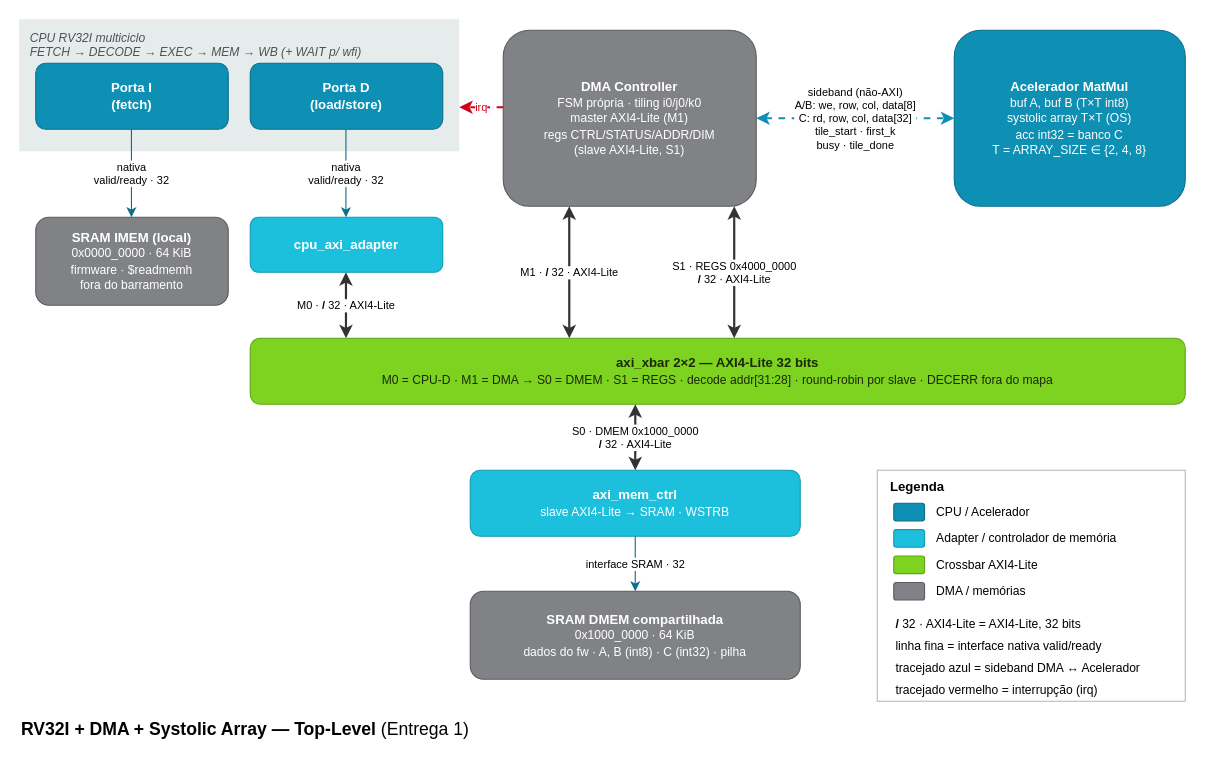
Earlier version of the draw.io diagram docs/img/top_level.drawio (jairsdev/rv32-dma). Source tidied: cells renumbered, new cells numbered last; positions are measured from the earlier drawing's top-left corner, leaving out a move shared by most shapes. Both pictures are drawn from the tidied source at 110%, with x=0, y=0 at pixel (19, 19).
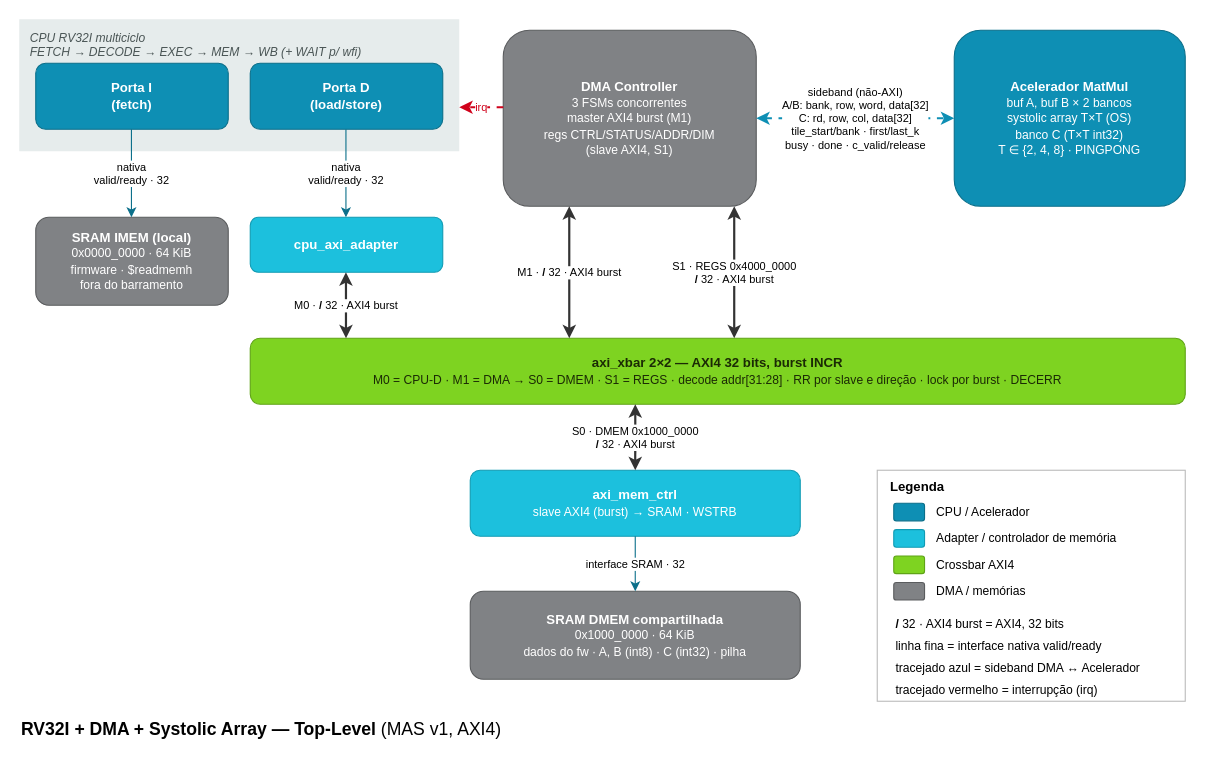
Above is the later version.

Commit message (it also covers changes not shown here):
Atualiza diagramas existentes para AXI4 burst e ping-pong

The change refers to these unchanged cells:
```xml
<mxCell id="6" value="cpu_axi_adapter" style="whiteSpace=wrap;html=1;fontSize=12;fontStyle=1;rounded=1;fillColor=#1CC0DD;strokeColor=#119BB3;fontColor=#FFFFFF;" parent="1" vertex="1">
  <mxGeometry x="210" y="180" width="175" height="50" as="geometry" />
</mxCell>
```

Diff of the diagram source:
```diff
@@
-    <mxCell id="7" value="DMA Controller&lt;br&gt;&lt;span style='font-weight:normal;font-size:11px'&gt;FSM própria · tiling i0/j0/k0&lt;br&gt;master AXI4-Lite (M1)&lt;br&gt;regs CTRL/STATUS/ADDR/DIM&lt;br&gt;(slave AXI4-Lite, S1)&lt;/span&gt;" style="whiteSpace=wrap;html=1;fontSize=12;fontStyle=1;rounded=1;fillColor=#808285;strokeColor=#5A5C5E;fontColor=#FFFFFF;" parent="1" vertex="1">
+    <mxCell id="7" value="DMA Controller&lt;br&gt;&lt;span style='font-weight:normal;font-size:11px'&gt;3 FSMs concorrentes&lt;br&gt;master AXI4 burst (M1)&lt;br&gt;regs CTRL/STATUS/ADDR/DIM&lt;br&gt;(slave AXI4, S1)&lt;/span&gt;" style="whiteSpace=wrap;html=1;fontSize=12;fontStyle=1;rounded=1;fillColor=#808285;strokeColor=#5A5C5E;fontColor=#FFFFFF;" parent="1" vertex="1">
       <mxGeometry x="440" y="10" width="230" height="160" as="geometry" />
     </mxCell>
-    <mxCell id="8" value="Acelerador MatMul&lt;br&gt;&lt;span style='font-weight:normal;font-size:11px'&gt;buf A, buf B (T×T int8)&lt;br&gt;systolic array T×T (OS)&lt;br&gt;acc int32 = banco C&lt;br&gt;T = ARRAY_SIZE ∈ {2, 4, 8}&lt;/span&gt;" style="whiteSpace=wrap;html=1;fontSize=12;fontStyle=1;rounded=1;fillColor=#0E8FB4;strokeColor=#0B6F8A;fontColor=#FFFFFF;" parent="1" vertex="1">
+    <mxCell id="8" value="Acelerador MatMul&lt;br&gt;&lt;span style='font-weight:normal;font-size:11px'&gt;buf A, buf B × 2 bancos&lt;br&gt;systolic array T×T (OS)&lt;br&gt;banco C (T×T int32)&lt;br&gt;T ∈ {2, 4, 8} · PINGPONG&lt;/span&gt;" style="whiteSpace=wrap;html=1;fontSize=12;fontStyle=1;rounded=1;fillColor=#0E8FB4;strokeColor=#0B6F8A;fontColor=#FFFFFF;" parent="1" vertex="1">
       <mxGeometry x="850" y="10" width="210" height="160" as="geometry" />
     </mxCell>
-    <mxCell id="9" value="axi_xbar 2×2 — AXI4-Lite 32 bits&lt;br&gt;&lt;span style='font-weight:normal;font-size:11px'&gt;M0 = CPU-D · M1 = DMA → S0 = DMEM · S1 = REGS · decode addr[31:28] · round-robin por slave · DECERR fora do mapa&lt;/span&gt;" style="whiteSpace=wrap;html=1;fontSize=12;fontStyle=1;rounded=1;fillColor=#7ED321;strokeColor=#5FA316;fontColor=#1B2A05;" parent="1" vertex="1">
+    <mxCell id="9" value="axi_xbar 2×2 — AXI4 32 bits, burst INCR&lt;br&gt;&lt;span style='font-weight:normal;font-size:11px'&gt;M0 = CPU-D · M1 = DMA → S0 = DMEM · S1 = REGS · decode addr[31:28] · RR por slave e direção · lock por burst · DECERR&lt;/span&gt;" style="whiteSpace=wrap;html=1;fontSize=12;fontStyle=1;rounded=1;fillColor=#7ED321;strokeColor=#5FA316;fontColor=#1B2A05;" parent="1" vertex="1">
       <mxGeometry x="210" y="290" width="850" height="60" as="geometry" />
     </mxCell>
-    <mxCell id="10" value="axi_mem_ctrl&lt;br&gt;&lt;span style='font-weight:normal;font-size:11px'&gt;slave AXI4-Lite → SRAM · WSTRB&lt;/span&gt;" style="whiteSpace=wrap;html=1;fontSize=12;fontStyle=1;rounded=1;fillColor=#1CC0DD;strokeColor=#119BB3;fontColor=#FFFFFF;" parent="1" vertex="1">
+    <mxCell id="10" value="axi_mem_ctrl&lt;br&gt;&lt;span style='font-weight:normal;font-size:11px'&gt;slave AXI4 (burst) → SRAM · WSTRB&lt;/span&gt;" style="whiteSpace=wrap;html=1;fontSize=12;fontStyle=1;rounded=1;fillColor=#1CC0DD;strokeColor=#119BB3;fontColor=#FFFFFF;" parent="1" vertex="1">
       <mxGeometry x="410" y="410" width="300" height="60" as="geometry" />
     </mxCell>
@@
-    <mxCell id="14" value="M0 · &lt;b&gt;/&lt;/b&gt; 32 · AXI4-Lite" style="edgeStyle=orthogonalEdgeStyle;rounded=0;html=1;fontSize=10;labelBackgroundColor=#FFFFFF;startArrow=classic;startFill=1;endArrow=classic;endFill=1;strokeWidth=2;strokeColor=#333333;exitX=0.4971;exitY=1.0000;exitDx=0;exitDy=0;entryX=0.1024;entryY=0.0000;entryDx=0;entryDy=0;" parent="1" edge="1" source="6" target="9">
+    <mxCell id="14" value="M0 · &lt;b&gt;/&lt;/b&gt; 32 · AXI4 burst" style="edgeStyle=orthogonalEdgeStyle;rounded=0;html=1;fontSize=10;labelBackgroundColor=#FFFFFF;startArrow=classic;startFill=1;endArrow=classic;endFill=1;strokeWidth=2;strokeColor=#333333;exitX=0.4971;exitY=1.0000;exitDx=0;exitDy=0;entryX=0.1024;entryY=0.0000;entryDx=0;entryDy=0;" parent="1" edge="1" source="6" target="9">
       <mxGeometry relative="1" as="geometry" />
     </mxCell>
-    <mxCell id="15" value="M1 · &lt;b&gt;/&lt;/b&gt; 32 · AXI4-Lite" style="edgeStyle=orthogonalEdgeStyle;rounded=0;html=1;fontSize=10;labelBackgroundColor=#FFFFFF;startArrow=classic;startFill=1;endArrow=classic;endFill=1;strokeWidth=2;strokeColor=#333333;exitX=0.2609;exitY=1.0000;exitDx=0;exitDy=0;entryX=0.3412;entryY=0.0000;entryDx=0;entryDy=0;" parent="1" edge="1" source="7" target="9">
+    <mxCell id="15" value="M1 · &lt;b&gt;/&lt;/b&gt; 32 · AXI4 burst" style="edgeStyle=orthogonalEdgeStyle;rounded=0;html=1;fontSize=10;labelBackgroundColor=#FFFFFF;startArrow=classic;startFill=1;endArrow=classic;endFill=1;strokeWidth=2;strokeColor=#333333;exitX=0.2609;exitY=1.0000;exitDx=0;exitDy=0;entryX=0.3412;entryY=0.0000;entryDx=0;entryDy=0;" parent="1" edge="1" source="7" target="9">
       <mxGeometry relative="1" as="geometry" />
     </mxCell>
-    <mxCell id="16" value="S1 · REGS 0x4000_0000&lt;br&gt;&lt;b&gt;/&lt;/b&gt; 32 · AXI4-Lite" style="edgeStyle=orthogonalEdgeStyle;rounded=0;html=1;fontSize=10;labelBackgroundColor=#FFFFFF;startArrow=classic;startFill=1;endArrow=classic;endFill=1;strokeWidth=2;strokeColor=#333333;exitX=0.5176;exitY=0.0000;exitDx=0;exitDy=0;entryX=0.9130;entryY=1.0000;entryDx=0;entryDy=0;" parent="1" edge="1" source="9" target="7">
+    <mxCell id="16" value="S1 · REGS 0x4000_0000&lt;br&gt;&lt;b&gt;/&lt;/b&gt; 32 · AXI4 burst" style="edgeStyle=orthogonalEdgeStyle;rounded=0;html=1;fontSize=10;labelBackgroundColor=#FFFFFF;startArrow=classic;startFill=1;endArrow=classic;endFill=1;strokeWidth=2;strokeColor=#333333;exitX=0.5176;exitY=0.0000;exitDx=0;exitDy=0;entryX=0.9130;entryY=1.0000;entryDx=0;entryDy=0;" parent="1" edge="1" source="9" target="7">
       <mxGeometry relative="1" as="geometry" />
     </mxCell>
-    <mxCell id="17" value="S0 · DMEM 0x1000_0000&lt;br&gt;&lt;b&gt;/&lt;/b&gt; 32 · AXI4-Lite" style="edgeStyle=orthogonalEdgeStyle;rounded=0;html=1;fontSize=10;labelBackgroundColor=#FFFFFF;startArrow=classic;startFill=1;endArrow=classic;endFill=1;strokeWidth=2;strokeColor=#333333;exitX=0.4118;exitY=1.0000;exitDx=0;exitDy=0;entryX=0.5000;entryY=0.0000;entryDx=0;entryDy=0;" parent="1" edge="1" source="9" target="10">
+    <mxCell id="17" value="S0 · DMEM 0x1000_0000&lt;br&gt;&lt;b&gt;/&lt;/b&gt; 32 · AXI4 burst" style="edgeStyle=orthogonalEdgeStyle;rounded=0;html=1;fontSize=10;labelBackgroundColor=#FFFFFF;startArrow=classic;startFill=1;endArrow=classic;endFill=1;strokeWidth=2;strokeColor=#333333;exitX=0.4118;exitY=1.0000;exitDx=0;exitDy=0;entryX=0.5000;entryY=0.0000;entryDx=0;entryDy=0;" parent="1" edge="1" source="9" target="10">
       <mxGeometry relative="1" as="geometry" />
     </mxCell>
@@
-    <mxCell id="19" value="sideband (não-AXI)&lt;br&gt;A/B: we, row, col, data[8]&lt;br&gt;C: rd, row, col, data[32]&lt;br&gt;tile_start · first_k&lt;br&gt;busy · tile_done" style="edgeStyle=orthogonalEdgeStyle;rounded=0;html=1;fontSize=10;labelBackgroundColor=#FFFFFF;startArrow=classic;startFill=1;endArrow=classic;endFill=1;strokeWidth=2;strokeColor=#333333;dashed=1;strokeColor=#0E8FB4;exitX=1.0000;exitY=0.5000;exitDx=0;exitDy=0;entryX=0.0000;entryY=0.5000;entryDx=0;entryDy=0;" parent="1" edge="1" source="7" target="8">
+    <mxCell id="19" value="sideband (não-AXI)&lt;br&gt;A/B: bank, row, word, data[32]&lt;br&gt;C: rd, row, col, data[32]&lt;br&gt;tile_start/bank · first/last_k&lt;br&gt;busy · done · c_valid/release" style="edgeStyle=orthogonalEdgeStyle;rounded=0;html=1;fontSize=10;labelBackgroundColor=#FFFFFF;startArrow=classic;startFill=1;endArrow=classic;endFill=1;strokeWidth=2;strokeColor=#333333;dashed=1;strokeColor=#0E8FB4;exitX=1.0000;exitY=0.5000;exitDx=0;exitDy=0;entryX=0.0000;entryY=0.5000;entryDx=0;entryDy=0;" parent="1" edge="1" source="7" target="8">
       <mxGeometry relative="1" as="geometry" />
     </mxCell>
@@
-    <mxCell id="28" value="Crossbar AXI4-Lite" style="text;html=1;strokeColor=none;fillColor=none;align=left;verticalAlign=middle;whiteSpace=wrap;fontSize=11;" parent="1" vertex="1">
+    <mxCell id="28" value="Crossbar AXI4" style="text;html=1;strokeColor=none;fillColor=none;align=left;verticalAlign=middle;whiteSpace=wrap;fontSize=11;" parent="1" vertex="1">
       <mxGeometry x="832" y="486" width="220" height="20" as="geometry" />
     </mxCell>
@@
-    <mxCell id="31" value="&lt;b&gt;/&lt;/b&gt; 32 · AXI4-Lite = AXI4-Lite, 32 bits" style="text;html=1;strokeColor=none;fillColor=none;align=left;verticalAlign=middle;whiteSpace=wrap;fontSize=11;" parent="1" vertex="1">
+    <mxCell id="31" value="&lt;b&gt;/&lt;/b&gt; 32 · AXI4 burst = AXI4, 32 bits" style="text;html=1;strokeColor=none;fillColor=none;align=left;verticalAlign=middle;whiteSpace=wrap;fontSize=11;" parent="1" vertex="1">
       <mxGeometry x="795" y="540" width="260" height="20" as="geometry" />
     </mxCell>
@@
-    <mxCell id="35" value="&lt;b&gt;RV32I + DMA + Systolic Array — Top-Level&lt;/b&gt; (Entrega 1)" style="text;html=1;strokeColor=none;fillColor=none;align=left;verticalAlign=middle;whiteSpace=wrap;fontSize=16;" parent="1" vertex="1">
+    <mxCell id="35" value="&lt;b&gt;RV32I + DMA + Systolic Array — Top-Level&lt;/b&gt; (MAS v1, AXI4)" style="text;html=1;strokeColor=none;fillColor=none;align=left;verticalAlign=middle;whiteSpace=wrap;fontSize=16;" parent="1" vertex="1">
       <mxGeometry y="630" width="700" height="30" as="geometry" />
     </mxCell>
```
